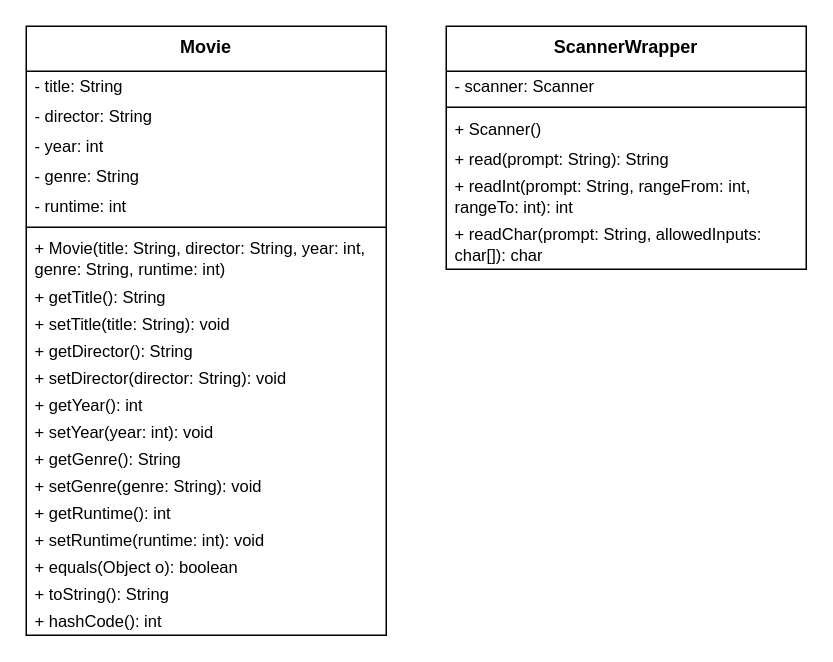
Before: assignments/hw5/uml.drawio in hanggrian/IIT-ITM510, a draw.io diagram. Source tidied: cells renumbered, new cells numbered last; positions are measured from the earlier drawing's top-left corner, leaving out a move shared by most shapes. Both pictures are drawn from the tidied source at 150%, with x=0, y=0 at pixel (26, 26).
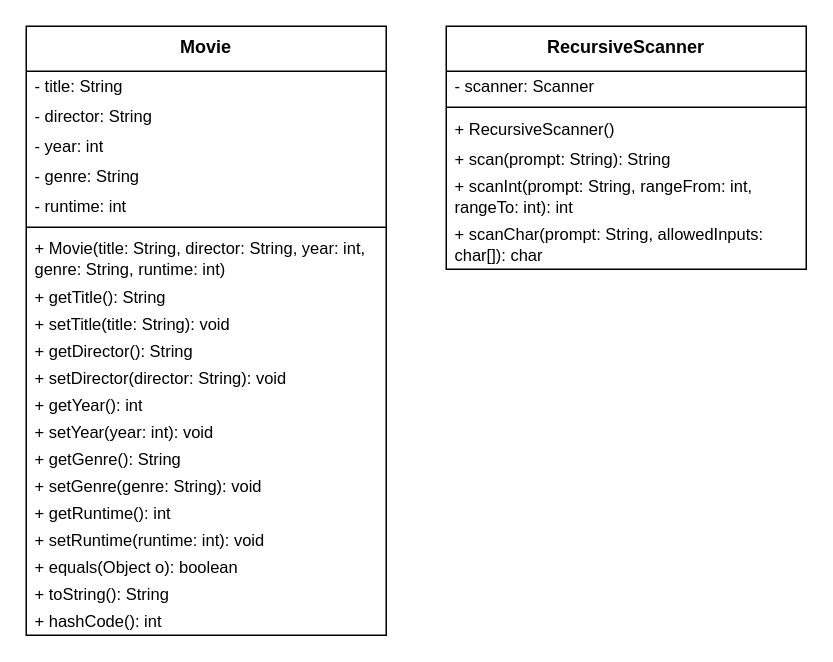
After the change.

Diff of the diagram source:
```diff
@@
-    <mxCell id="23" value="ScannerWrapper" style="swimlane;fontStyle=1;align=center;verticalAlign=top;horizontal=1;startSize=30;whiteSpace=wrap;html=1;" parent="1" vertex="1">
+    <mxCell id="23" value="RecursiveScanner" style="swimlane;fontStyle=1;align=center;verticalAlign=top;horizontal=1;startSize=30;whiteSpace=wrap;html=1;" parent="1" vertex="1">
       <mxGeometry x="280" width="240" height="162" as="geometry" />
     </mxCell>
@@
-    <mxCell id="26" value="+&amp;nbsp;Scanner()" style="text;strokeColor=none;fillColor=none;align=left;verticalAlign=middle;spacingLeft=4;spacingRight=4;overflow=hidden;whiteSpace=wrap;html=1;fontSize=11;" parent="23" vertex="1">
+    <mxCell id="26" value="+&amp;nbsp;RecursiveScanner()" style="text;strokeColor=none;fillColor=none;align=left;verticalAlign=middle;spacingLeft=4;spacingRight=4;overflow=hidden;whiteSpace=wrap;html=1;fontSize=11;" parent="23" vertex="1">
       <mxGeometry y="58" width="240" height="22" as="geometry" />
     </mxCell>
-    <mxCell id="27" value="+&amp;nbsp;read(prompt: String&lt;span style=&quot;background-color: initial;&quot;&gt;): String&lt;/span&gt;" style="text;strokeColor=none;fillColor=none;align=left;verticalAlign=middle;spacingLeft=4;spacingRight=4;overflow=hidden;whiteSpace=wrap;html=1;fontSize=11;" parent="23" vertex="1">
+    <mxCell id="27" value="+&amp;nbsp;scan(prompt: String&lt;span style=&quot;background-color: initial;&quot;&gt;): String&lt;/span&gt;" style="text;strokeColor=none;fillColor=none;align=left;verticalAlign=middle;spacingLeft=4;spacingRight=4;overflow=hidden;whiteSpace=wrap;html=1;fontSize=11;" parent="23" vertex="1">
       <mxGeometry y="80" width="240" height="18" as="geometry" />
     </mxCell>
-    <mxCell id="28" value="+&amp;nbsp;readInt(prompt: String, rangeFrom: int, rangeTo: int): int" style="text;strokeColor=none;fillColor=none;align=left;verticalAlign=middle;spacingLeft=4;spacingRight=4;overflow=hidden;whiteSpace=wrap;html=1;fontSize=11;" parent="23" vertex="1">
+    <mxCell id="28" value="+ scanInt(prompt: String, rangeFrom: int, rangeTo: int): int" style="text;strokeColor=none;fillColor=none;align=left;verticalAlign=middle;spacingLeft=4;spacingRight=4;overflow=hidden;whiteSpace=wrap;html=1;fontSize=11;" parent="23" vertex="1">
       <mxGeometry y="98" width="240" height="32" as="geometry" />
     </mxCell>
-    <mxCell id="29" value="+&amp;nbsp;readChar(prompt: String, allowedInputs: char[]): char" style="text;strokeColor=none;fillColor=none;align=left;verticalAlign=middle;spacingLeft=4;spacingRight=4;overflow=hidden;whiteSpace=wrap;html=1;fontSize=11;" parent="23" vertex="1">
+    <mxCell id="29" value="+ scanChar(prompt: String, allowedInputs: char[]): char" style="text;strokeColor=none;fillColor=none;align=left;verticalAlign=middle;spacingLeft=4;spacingRight=4;overflow=hidden;whiteSpace=wrap;html=1;fontSize=11;" parent="23" vertex="1">
       <mxGeometry y="130" width="240" height="32" as="geometry" />
     </mxCell>
```
